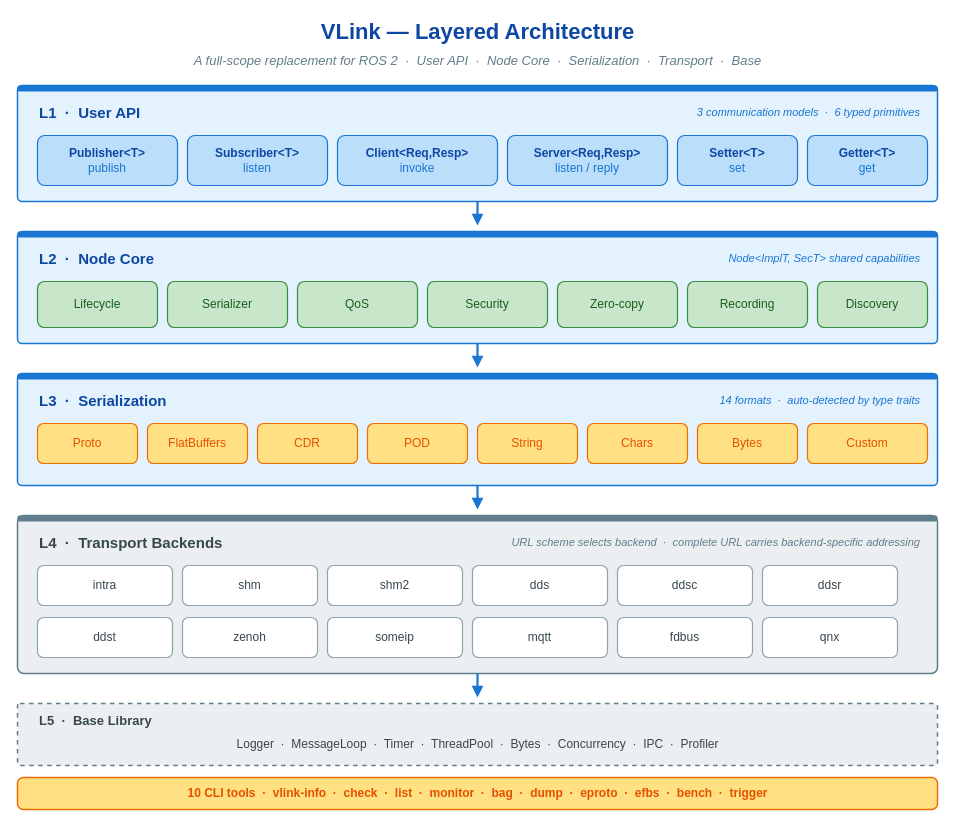
The draw.io diagram doc/images/foreword-layered-architecture.drawio in thun-res/vlink, before the edit. Source tidied: cells renumbered, new cells numbered last; positions are measured from the earlier drawing's top-left corner, leaving out a move shared by most shapes. Both pictures are drawn from the tidied source at 100%, with x=0, y=0 at pixel (17, 17).
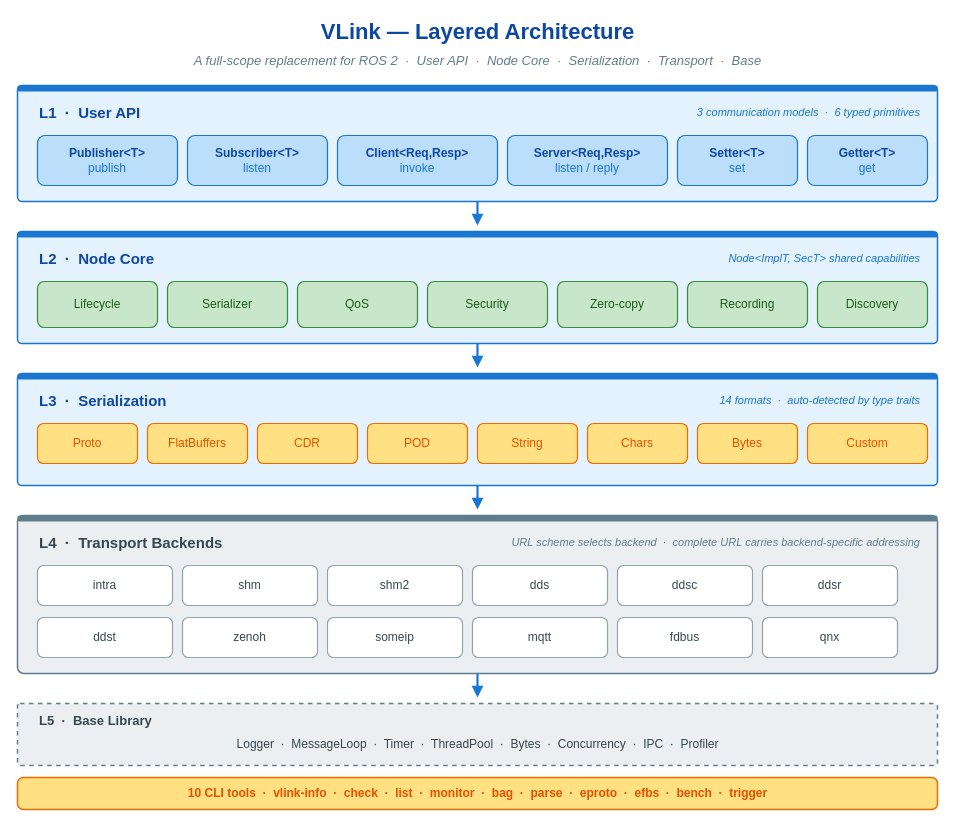
After the change.

The edit, as a diff of the source:
```diff
@@
-    <mxCell id="61" value="10 CLI tools  ·  vlink-info  ·  check  ·  list  ·  monitor  ·  bag  ·  dump  ·  eproto  ·  efbs  ·  bench  ·  trigger" style="text;html=1;align=center;verticalAlign=middle;strokeColor=none;fillColor=none;fontFamily=Helvetica;fontSize=12;fontStyle=1;fontColor=#e65100;" parent="1" vertex="1">
+    <mxCell id="61" value="10 CLI tools  ·  vlink-info  ·  check  ·  list  ·  monitor  ·  bag  ·  parse  ·  eproto  ·  efbs  ·  bench  ·  trigger" style="text;html=1;align=center;verticalAlign=middle;strokeColor=none;fillColor=none;fontFamily=Helvetica;fontSize=12;fontStyle=1;fontColor=#e65100;" parent="1" vertex="1">
       <mxGeometry x="20" y="764" width="880" height="24" as="geometry" />
     </mxCell>
```
